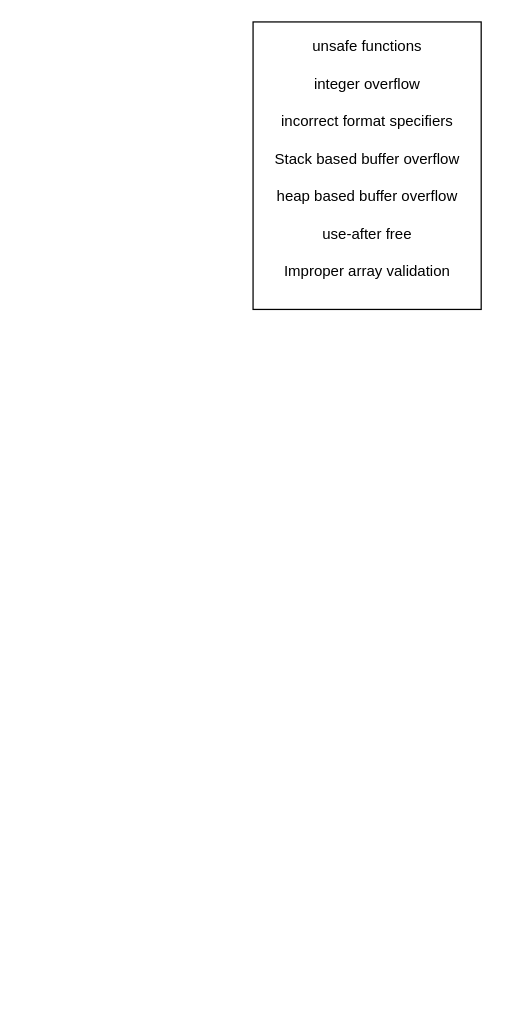
The draw.io diagram Untitled Diagram.drawio in PieterMaes/brol, before the edit. Source tidied: cells renumbered, new cells numbered last; positions are measured from the earlier drawing's top-left corner, leaving out a move shared by most shapes. Both pictures are drawn from the tidied source at 125%, with x=0, y=0 at pixel (222, 21).
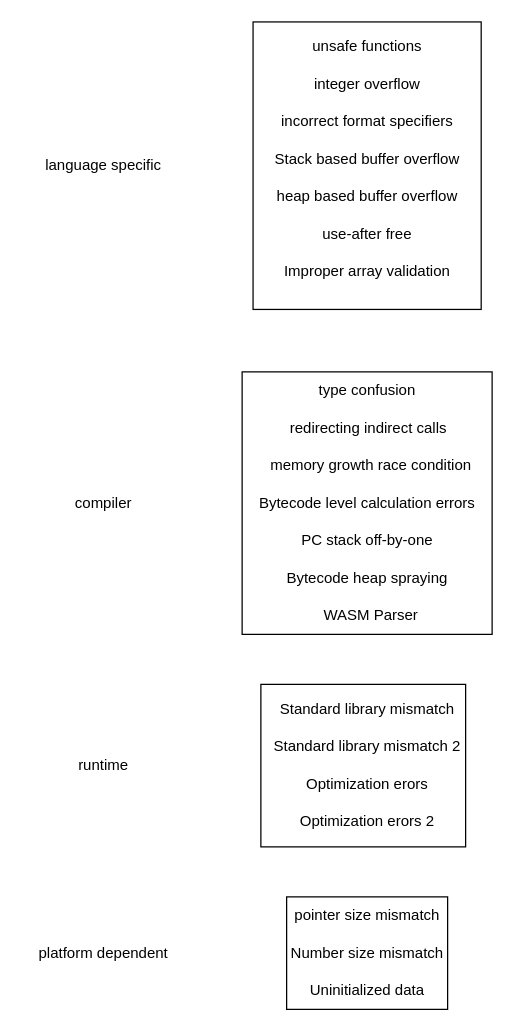
After the change.

Change to the diagram source:
```diff
@@
+    <mxCell id="11" value="&lt;div&gt;language specific &lt;br&gt;&lt;/div&gt;" style="text;html=1;align=center;verticalAlign=middle;strokeColor=none;fillColor=none;" parent="1" vertex="1">
+      <mxGeometry x="-156" y="100" width="120" height="30" as="geometry" />
+    </mxCell>
+    <mxCell id="12" style="group;" parent="1" vertex="1">
+      <mxGeometry x="15.2" y="280" width="200" height="210" as="geometry" />
+    </mxCell>
+    <mxCell id="13" style="rounded=0;whiteSpace=wrap;html=1;" parent="12" vertex="1">
+      <mxGeometry width="200" height="210" as="geometry" />
+    </mxCell>
+    <mxCell id="14" value="&lt;div&gt;type confusion&lt;/div&gt;" style="text;html=1;align=center;verticalAlign=middle;strokeColor=none;fillColor=none;" parent="12" vertex="1">
+      <mxGeometry x="50" width="100" height="30" as="geometry" />
+    </mxCell>
+    <mxCell id="15" value="redirecting indirect calls" style="text;html=1;align=center;verticalAlign=middle;strokeColor=none;fillColor=none;" parent="12" vertex="1">
+      <mxGeometry x="26.2" y="30" width="150" height="30" as="geometry" />
+    </mxCell>
+    <mxCell id="16" value="memory growth race condition" style="text;html=1;align=center;verticalAlign=middle;strokeColor=none;fillColor=none;" parent="12" vertex="1">
+      <mxGeometry x="12.5" y="60" width="180" height="30" as="geometry" />
+    </mxCell>
+    <mxCell id="17" value="Bytecode level calculation errors" style="text;html=1;align=center;verticalAlign=middle;strokeColor=none;fillColor=none;" parent="12" vertex="1">
+      <mxGeometry y="90" width="200" height="30" as="geometry" />
+    </mxCell>
+    <mxCell id="18" value="PC stack off-by-one" style="text;html=1;align=center;verticalAlign=middle;strokeColor=none;fillColor=none;" parent="12" vertex="1">
+      <mxGeometry x="35" y="120" width="130" height="30" as="geometry" />
+    </mxCell>
+    <mxCell id="19" value="Bytecode heap spraying" style="text;html=1;align=center;verticalAlign=middle;strokeColor=none;fillColor=none;" parent="12" vertex="1">
+      <mxGeometry x="25" y="150" width="150" height="30" as="geometry" />
+    </mxCell>
+    <mxCell id="20" value="WASM Parser" style="text;html=1;align=center;verticalAlign=middle;strokeColor=none;fillColor=none;" parent="12" vertex="1">
+      <mxGeometry x="52.5" y="180" width="100" height="30" as="geometry" />
+    </mxCell>
+    <mxCell id="21" value="compiler " style="text;html=1;align=center;verticalAlign=middle;strokeColor=none;fillColor=none;" parent="1" vertex="1">
+      <mxGeometry x="-131" y="370" width="70" height="30" as="geometry" />
+    </mxCell>
+    <mxCell id="22" style="group;" parent="1" vertex="1">
+      <mxGeometry x="30.2" y="530" width="170" height="130" as="geometry" />
+    </mxCell>
+    <mxCell id="23" style="whiteSpace=wrap;html=1;" parent="22" vertex="1">
+      <mxGeometry width="163.8" height="130" as="geometry" />
+    </mxCell>
+    <mxCell id="24" value="Standard library mismatch" style="text;html=1;align=center;verticalAlign=middle;strokeColor=none;fillColor=none;" parent="22" vertex="1">
+      <mxGeometry x="5" y="5" width="160" height="30" as="geometry" />
+    </mxCell>
+    <mxCell id="25" value="Standard library mismatch 2" style="text;html=1;align=center;verticalAlign=middle;strokeColor=none;fillColor=none;" parent="22" vertex="1">
+      <mxGeometry y="35" width="170" height="30" as="geometry" />
+    </mxCell>
+    <mxCell id="26" value="Optimization erors" style="text;html=1;align=center;verticalAlign=middle;strokeColor=none;fillColor=none;" parent="22" vertex="1">
+      <mxGeometry x="25" y="65" width="120" height="30" as="geometry" />
+    </mxCell>
+    <mxCell id="27" value="Optimization erors 2" style="text;html=1;align=center;verticalAlign=middle;strokeColor=none;fillColor=none;" parent="22" vertex="1">
+      <mxGeometry x="20" y="95" width="130" height="30" as="geometry" />
+    </mxCell>
+    <mxCell id="28" value="runtime" style="text;html=1;align=center;verticalAlign=middle;strokeColor=none;fillColor=none;" parent="1" vertex="1">
+      <mxGeometry x="-126" y="580" width="60" height="30" as="geometry" />
+    </mxCell>
+    <mxCell id="29" style="group;" parent="1" vertex="1">
+      <mxGeometry x="40.2" y="700" width="150" height="90" as="geometry" />
+    </mxCell>
+    <mxCell id="30" style="rounded=0;whiteSpace=wrap;html=1;" parent="29" vertex="1">
+      <mxGeometry x="10.6" width="128.8" height="90" as="geometry" />
+    </mxCell>
+    <mxCell id="31" value="&lt;div&gt;pointer size mismatch&lt;/div&gt;" style="text;html=1;align=center;verticalAlign=middle;strokeColor=none;fillColor=none;" parent="29" vertex="1">
+      <mxGeometry x="5" width="140" height="30" as="geometry" />
+    </mxCell>
+    <mxCell id="32" value="Number size mismatch" style="text;html=1;align=center;verticalAlign=middle;strokeColor=none;fillColor=none;" parent="29" vertex="1">
+      <mxGeometry y="30" width="150" height="30" as="geometry" />
+    </mxCell>
+    <mxCell id="33" value="&lt;div&gt;Uninitialized data&lt;/div&gt;" style="text;html=1;align=center;verticalAlign=middle;strokeColor=none;fillColor=none;" parent="29" vertex="1">
+      <mxGeometry x="20" y="60" width="110" height="30" as="geometry" />
+    </mxCell>
+    <mxCell id="34" value="&lt;div&gt;platform dependent&lt;/div&gt;" style="text;html=1;align=center;verticalAlign=middle;strokeColor=none;fillColor=none;" parent="1" vertex="1">
+      <mxGeometry x="-161" y="730" width="130" height="30" as="geometry" />
+    </mxCell>
```
